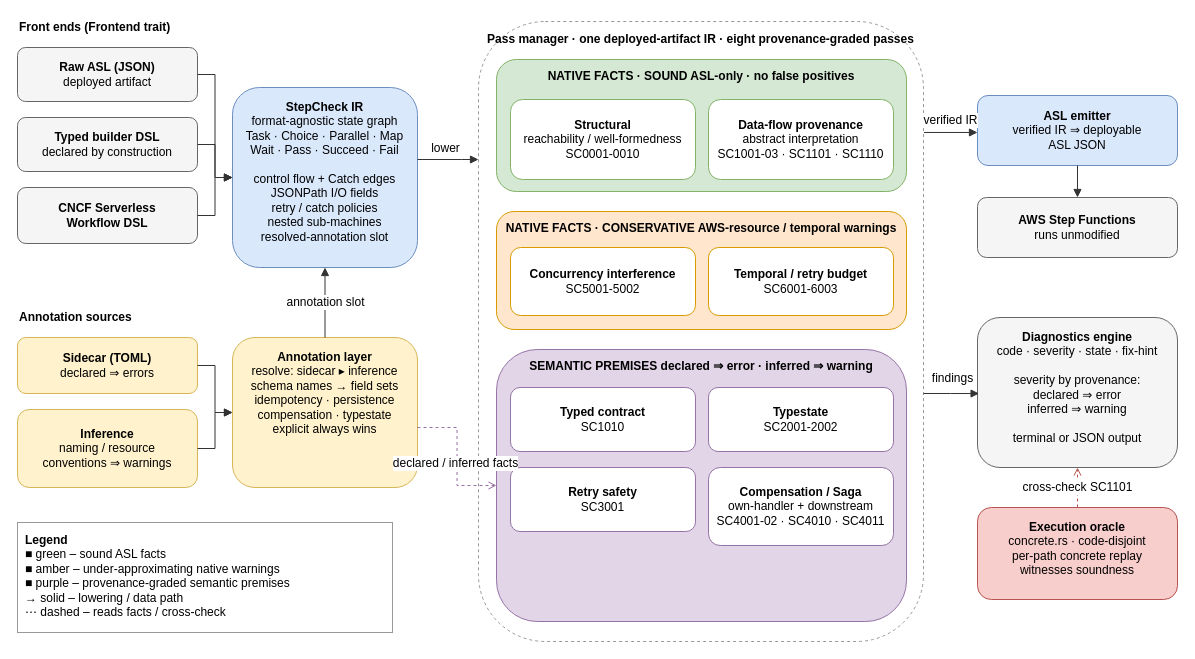
This is paper/figures/figure3-architecture-detailed.drawio from Nimrod-F/stepcheck, a draw.io file, before an edit. Source tidied: cells renumbered, new cells numbered last; positions are measured from the earlier drawing's top-left corner, leaving out a move shared by most shapes. Both pictures are drawn from the tidied source at 100%, with x=0, y=0 at pixel (17, 17).
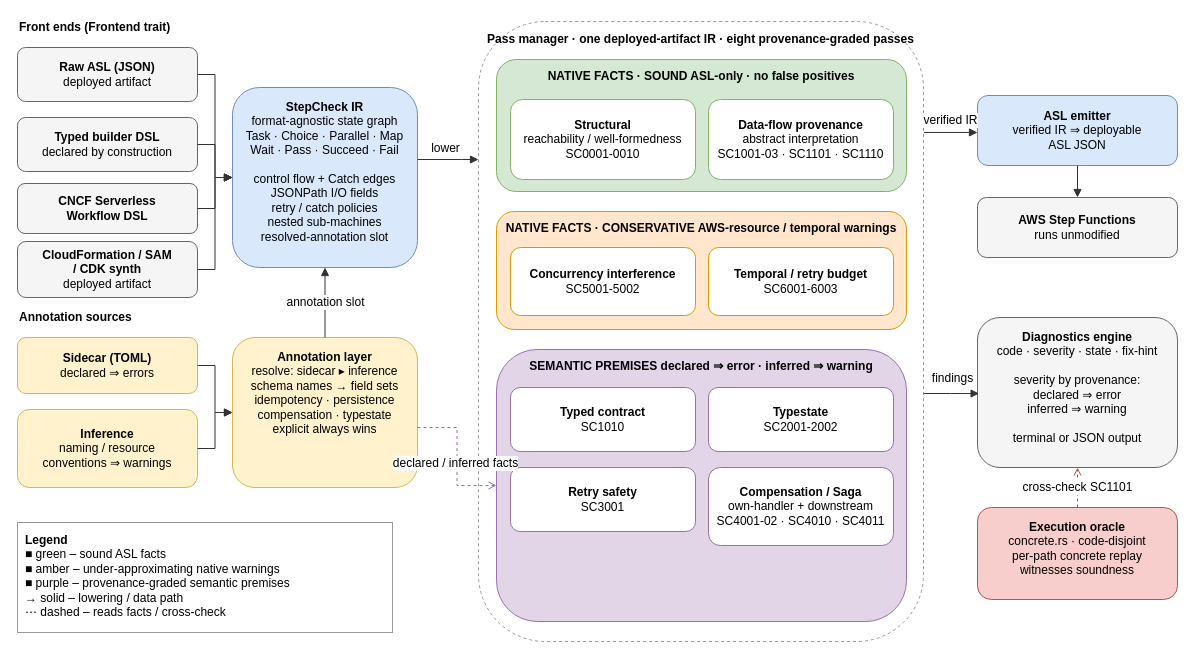
Above is the later version.

Unchanged cells that the change refers to:
```xml
<mxCell id="9" value="&lt;b&gt;StepCheck IR&lt;/b&gt;&lt;br&gt;&lt;font&gt;format-agnostic state graph&lt;br&gt;Task · Choice · Parallel · Map&lt;br&gt;Wait · Pass · Succeed · Fail&lt;br&gt;&lt;br&gt;control flow + Catch edges&lt;br&gt;JSONPath I/O fields&lt;br&gt;retry / catch policies&lt;br&gt;nested sub-machines&lt;br&gt;resolved-annotation slot&lt;/font&gt;" style="rounded=1;whiteSpace=wrap;html=1;fillColor=#dae8fc;strokeColor=#6c8ebf;fontSize=12;verticalAlign=top;spacingTop=6;" parent="1" vertex="1">
  <mxGeometry x="215" y="70" width="185" height="180" as="geometry" />
</mxCell>
```

Change to the diagram source:
```diff
@@
     <mxCell id="5" value="&lt;b&gt;CNCF Serverless&lt;/b&gt;&lt;br&gt;&lt;b&gt;Workflow DSL&lt;/b&gt;" style="rounded=1;whiteSpace=wrap;html=1;fillColor=#f5f5f5;strokeColor=#666666;fontSize=12;" parent="1" vertex="1">
-      <mxGeometry y="170" width="180" height="56" as="geometry" />
+      <mxGeometry y="166" width="180" height="50" as="geometry" />
     </mxCell>
+    <mxCell id="40" value="&lt;b&gt;CloudFormation / SAM&lt;/b&gt;&lt;br&gt;&lt;b&gt;/ CDK synth&lt;/b&gt;&lt;br&gt;deployed artifact" style="rounded=1;whiteSpace=wrap;html=1;fillColor=#f5f5f5;strokeColor=#666666;fontSize=12;" parent="1" vertex="1">
+      <mxGeometry y="224" width="180" height="56" as="geometry" />
+    </mxCell>
@@
+    <mxCell id="41" style="edgeStyle=orthogonalEdgeStyle;rounded=0;html=1;endArrow=block;strokeColor=#333333;fontSize=12;" parent="1" edge="1" source="40" target="9">
+      <mxGeometry relative="1" as="geometry" />
+    </mxCell>
```
